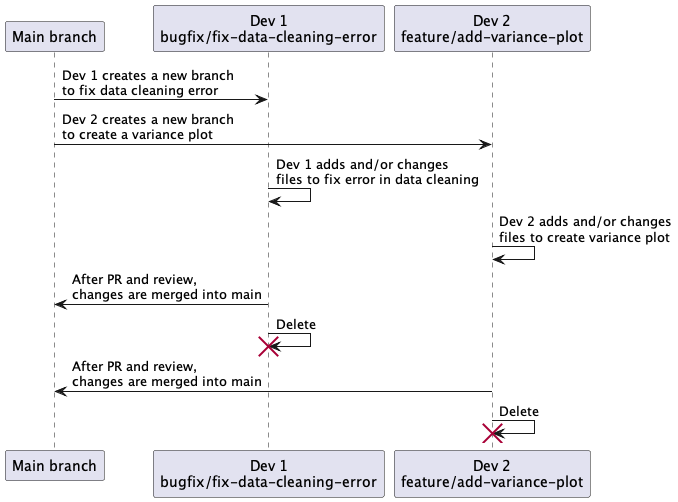
Before: branching-parallel-development.png, a diagram exported from PlantUML (rostools/cog-flow-intro).
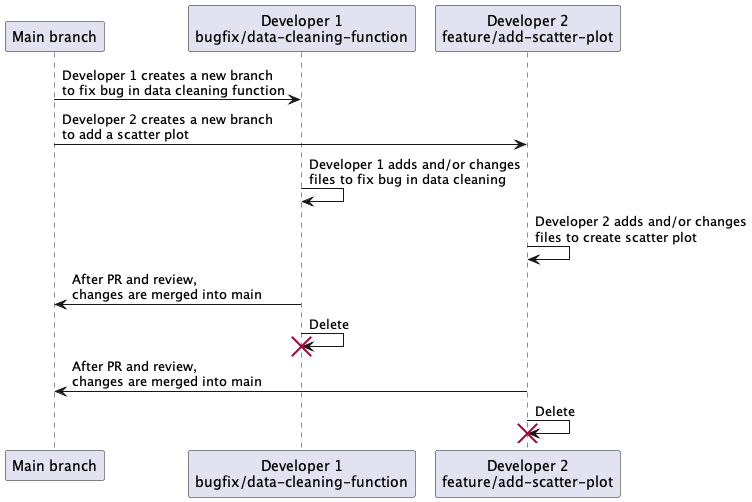
Above is the later version.

The edit, as a diff of the source:
```diff
@@ -1,12 +1,12 @@
 @startuml branching-parallel-development
 
-"Main branch" -> "Dev 1\nbugfix/fix-data-cleaning-error": Dev 1 creates a new branch\nto fix data cleaning error
-"Main branch" -> "Dev 2\nfeature/add-variance-plot": Dev 2 creates a new branch\nto create a variance plot
-"Dev 1\nbugfix/fix-data-cleaning-error" -> "Dev 1\nbugfix/fix-data-cleaning-error": Dev 1 adds and/or changes\nfiles to fix error in data cleaning
-"Dev 2\nfeature/add-variance-plot" -> "Dev 2\nfeature/add-variance-plot": Dev 2 adds and/or changes\nfiles to create variance plot
-"Dev 1\nbugfix/fix-data-cleaning-error" -> "Main branch": After PR and review,\nchanges are merged into main
-"Dev 1\nbugfix/fix-data-cleaning-error" -> "Dev 1\nbugfix/fix-data-cleaning-error" !! : Delete
-"Dev 2\nfeature/add-variance-plot" -> "Main branch": After PR and review,\nchanges are merged into main
-"Dev 2\nfeature/add-variance-plot" -> "Dev 2\nfeature/add-variance-plot" !! : Delete
+"Main branch" -> "Developer 1\nbugfix/data-cleaning-function": Developer 1 creates a new branch\nto fix bug in data cleaning function
+"Main branch" -> "Developer 2\nfeature/add-scatter-plot": Developer 2 creates a new branch\nto add a scatter plot
+"Developer 1\nbugfix/data-cleaning-function" -> "Developer 1\nbugfix/data-cleaning-function": Developer 1 adds and/or changes\nfiles to fix bug in data cleaning
+"Developer 2\nfeature/add-scatter-plot" -> "Developer 2\nfeature/add-scatter-plot": Developer 2 adds and/or changes\nfiles to create scatter plot
+"Developer 1\nbugfix/data-cleaning-function" -> "Main branch": After PR and review,\nchanges are merged into main
+"Developer 1\nbugfix/data-cleaning-function" -> "Developer 1\nbugfix/data-cleaning-function" !! : Delete
+"Developer 2\nfeature/add-scatter-plot" -> "Main branch": After PR and review,\nchanges are merged into main
+"Developer 2\nfeature/add-scatter-plot" -> "Developer 2\nfeature/add-scatter-plot" !! : Delete
 
 @enduml
```
